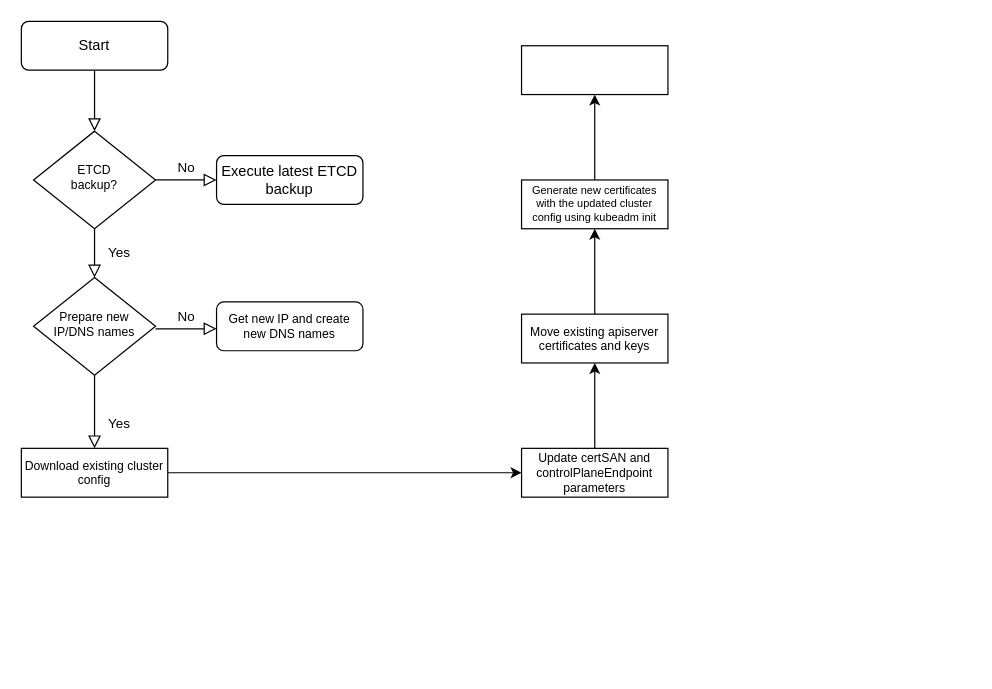
The draw.io diagram Untitled Diagram.drawio in jacmathew/jacmathew, before the edit. Source tidied: cells renumbered, new cells numbered last; positions are measured from the earlier drawing's top-left corner, leaving out a move shared by most shapes. Both pictures are drawn from the tidied source at 122%, with x=0, y=0 at pixel (21, 21).
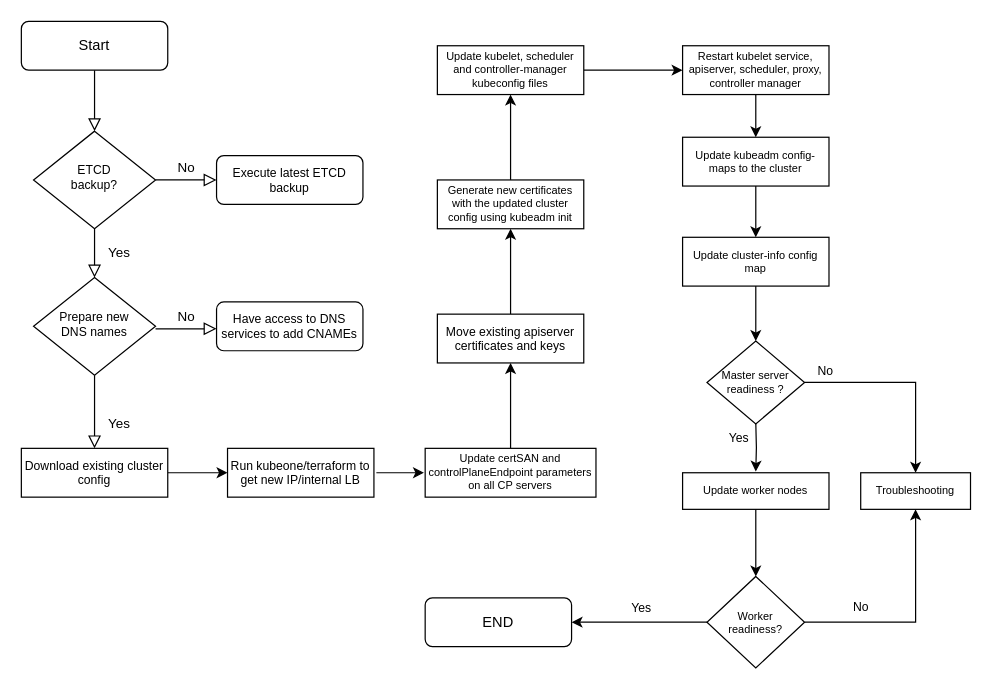
The same page after the edit.

Unchanged cells that the change refers to:
```xml
<mxCell id="13" value="Download existing cluster config" style="rounded=0;whiteSpace=wrap;html=1;fontSize=10;" parent="1" vertex="1">
  <mxGeometry y="350" width="120" height="40" as="geometry" />
</mxCell>
```

The edit, as a diff of the source:
```diff
@@
-    <mxCell id="7" value="Execute latest ETCD backup" style="rounded=1;whiteSpace=wrap;html=1;fontSize=12;glass=0;strokeWidth=1;shadow=0;" parent="1" vertex="1">
+    <mxCell id="7" value="Execute latest ETCD backup" style="rounded=1;whiteSpace=wrap;html=1;fontSize=10;glass=0;strokeWidth=1;shadow=0;" parent="1" vertex="1">
       <mxGeometry x="160" y="110" width="120" height="40" as="geometry" />
     </mxCell>
@@
-    <mxCell id="10" value="Prepare new IP/DNS names" style="rhombus;whiteSpace=wrap;html=1;shadow=0;fontFamily=Helvetica;fontSize=10;align=center;strokeWidth=1;spacing=6;spacingTop=-4;" parent="1" vertex="1">
+    <mxCell id="10" value="Prepare new&lt;br&gt;DNS names" style="rhombus;whiteSpace=wrap;html=1;shadow=0;fontFamily=Helvetica;fontSize=10;align=center;strokeWidth=1;spacing=6;spacingTop=-4;" parent="1" vertex="1">
       <mxGeometry x="10" y="210" width="100" height="80" as="geometry" />
     </mxCell>
-    <mxCell id="11" value="Get new IP and create new DNS names" style="rounded=1;whiteSpace=wrap;html=1;fontSize=10;glass=0;strokeWidth=1;shadow=0;" parent="1" vertex="1">
+    <mxCell id="11" value="Have access to DNS services to add CNAMEs" style="rounded=1;whiteSpace=wrap;html=1;fontSize=10;glass=0;strokeWidth=1;shadow=0;" parent="1" vertex="1">
       <mxGeometry x="160" y="230" width="120" height="40" as="geometry" />
     </mxCell>
-    <mxCell id="12" style="edgeStyle=orthogonalEdgeStyle;rounded=0;jettySize=auto;html=1;fontSize=10;" parent="1" edge="1" source="13" target="15">
-      <mxGeometry relative="1" as="geometry" />
-    </mxCell>
+    <mxCell id="21" style="edgeStyle=orthogonalEdgeStyle;rounded=0;jettySize=auto;html=1;fontSize=9;" parent="1" edge="1" source="13" target="24">
+      <mxGeometry relative="1" as="geometry" />
+    </mxCell>
@@
-    <mxCell id="15" value="Update certSAN and controlPlaneEndpoint parameters" style="rounded=0;whiteSpace=wrap;html=1;fontSize=10;" parent="1" vertex="1">
-      <mxGeometry x="410" y="350" width="120" height="40" as="geometry" />
+    <mxCell id="15" value="Update certSAN and controlPlaneEndpoint parameters on all CP servers" style="rounded=0;whiteSpace=wrap;html=1;fontSize=9;" parent="1" vertex="1">
+      <mxGeometry x="331" y="350" width="140" height="40" as="geometry" />
     </mxCell>
@@
     <mxCell id="17" value="Move existing apiserver certificates and keys" style="whiteSpace=wrap;html=1;rounded=0;fontSize=10;" parent="1" vertex="1">
-      <mxGeometry x="410" y="240" width="120" height="40" as="geometry" />
+      <mxGeometry x="341" y="240" width="120" height="40" as="geometry" />
     </mxCell>
@@
     <mxCell id="19" value="Generate new certificates with the updated cluster config using kubeadm init" style="whiteSpace=wrap;html=1;rounded=0;fontSize=9;" parent="1" vertex="1">
-      <mxGeometry x="410" y="130" width="120" height="40" as="geometry" />
+      <mxGeometry x="341" y="130" width="120" height="40" as="geometry" />
     </mxCell>
+    <mxCell id="22" style="edgeStyle=orthogonalEdgeStyle;rounded=0;jettySize=auto;html=1;fontSize=10;" parent="1" edge="1" source="20" target="26">
+      <mxGeometry relative="1" as="geometry" />
+    </mxCell>
-    <mxCell id="20" style="whiteSpace=wrap;html=1;rounded=0;fontSize=9;" parent="1" vertex="1">
-      <mxGeometry x="410" y="20" width="120" height="40" as="geometry" />
+    <mxCell id="20" value="&lt;div&gt;Update kubelet, scheduler and controller-manager kubeconfig files&lt;/div&gt;" style="whiteSpace=wrap;html=1;rounded=0;fontSize=9;" parent="1" vertex="1">
+      <mxGeometry x="341" y="20" width="120" height="40" as="geometry" />
     </mxCell>
+    <mxCell id="23" style="edgeStyle=orthogonalEdgeStyle;rounded=0;orthogonalLoop=1;jettySize=auto;html=1;exitX=1;exitY=0.5;exitDx=0;exitDy=0;fontSize=9;" parent="1" edge="1">
+      <mxGeometry relative="1" as="geometry">
+        <mxPoint x="291" y="370" as="sourcePoint" />
+        <mxPoint x="330" y="370" as="targetPoint" />
+      </mxGeometry>
+    </mxCell>
+    <mxCell id="24" value="Run kubeone/terraform to get new IP/internal LB" style="whiteSpace=wrap;html=1;rounded=0;fontSize=10;" parent="1" vertex="1">
+      <mxGeometry x="169" y="350" width="120" height="40" as="geometry" />
+    </mxCell>
+    <mxCell id="25" style="edgeStyle=orthogonalEdgeStyle;rounded=0;jettySize=auto;html=1;fontSize=10;" parent="1" edge="1" source="26" target="28">
+      <mxGeometry relative="1" as="geometry" />
+    </mxCell>
+    <mxCell id="26" value="Restart kubelet service, apiserver, scheduler, proxy, controller manager" style="whiteSpace=wrap;html=1;rounded=0;fontSize=9;" parent="1" vertex="1">
+      <mxGeometry x="542" y="20" width="120" height="40" as="geometry" />
+    </mxCell>
+    <mxCell id="27" style="edgeStyle=orthogonalEdgeStyle;rounded=0;jettySize=auto;html=1;fontSize=10;" parent="1" edge="1" source="28" target="30">
+      <mxGeometry relative="1" as="geometry" />
+    </mxCell>
+    <mxCell id="28" value="Update kubeadm config-maps to the cluster" style="whiteSpace=wrap;html=1;rounded=0;fontSize=9;" parent="1" vertex="1">
+      <mxGeometry x="542" y="95" width="120" height="40" as="geometry" />
+    </mxCell>
+    <mxCell id="29" style="edgeStyle=orthogonalEdgeStyle;rounded=0;jettySize=auto;html=1;fontSize=10;" parent="1" edge="1" source="30" target="34">
+      <mxGeometry relative="1" as="geometry" />
+    </mxCell>
+    <mxCell id="30" value="Update cluster-info config map" style="whiteSpace=wrap;html=1;rounded=0;fontSize=9;" parent="1" vertex="1">
+      <mxGeometry x="542" y="177" width="120" height="40" as="geometry" />
+    </mxCell>
+    <mxCell id="31" value="Yes" style="edgeStyle=orthogonalEdgeStyle;rounded=0;orthogonalLoop=1;jettySize=auto;html=1;fontSize=10;" parent="1" edge="1">
+      <mxGeometry x="-0.45" y="-14" relative="1" as="geometry">
+        <mxPoint x="602" y="329" as="sourcePoint" />
+        <mxPoint x="602" y="369" as="targetPoint" />
+      </mxGeometry>
+    </mxCell>
+    <mxCell id="32" style="edgeStyle=orthogonalEdgeStyle;rounded=0;jettySize=auto;html=1;fontSize=10;" parent="1" edge="1" source="34" target="40">
+      <mxGeometry relative="1" as="geometry" />
+    </mxCell>
+    <mxCell id="33" value="No" style="edgeLabel;html=1;align=center;verticalAlign=middle;fontSize=10;" parent="32" vertex="1">
+      <mxGeometry x="-0.65" y="-2" relative="1" as="geometry">
+        <mxPoint x="-13" y="-13" as="offset" />
+      </mxGeometry>
+    </mxCell>
+    <mxCell id="34" value="Master server readiness ?" style="rhombus;whiteSpace=wrap;html=1;rounded=0;fontSize=9;" parent="1" vertex="1">
+      <mxGeometry x="562" y="262" width="80" height="68" as="geometry" />
+    </mxCell>
+    <mxCell id="35" style="edgeStyle=orthogonalEdgeStyle;rounded=0;jettySize=auto;html=1;fontSize=10;" parent="1" edge="1" source="36" target="39">
+      <mxGeometry relative="1" as="geometry" />
+    </mxCell>
+    <mxCell id="36" value="Update worker nodes" style="whiteSpace=wrap;html=1;rounded=0;fontSize=9;" parent="1" vertex="1">
+      <mxGeometry x="542" y="370" width="120" height="30" as="geometry" />
+    </mxCell>
+    <mxCell id="37" value="No" style="edgeStyle=orthogonalEdgeStyle;rounded=0;jettySize=auto;html=1;entryX=0.5;entryY=1;entryDx=0;entryDy=0;fontSize=10;" parent="1" edge="1" source="39" target="40">
+      <mxGeometry x="-0.5" y="13" relative="1" as="geometry" />
+    </mxCell>
+    <mxCell id="38" value="Yes" style="edgeStyle=orthogonalEdgeStyle;rounded=0;orthogonalLoop=1;jettySize=auto;html=1;entryX=1;entryY=0.5;entryDx=0;entryDy=0;fontSize=10;" parent="1" edge="1">
+      <mxGeometry x="-0.03" y="-12" relative="1" as="geometry">
+        <mxPoint x="562" y="492.5" as="sourcePoint" />
+        <mxPoint x="451" y="492.5" as="targetPoint" />
+      </mxGeometry>
+    </mxCell>
+    <mxCell id="39" value="Worker&lt;br&gt;readiness?" style="rhombus;whiteSpace=wrap;html=1;rounded=0;fontSize=9;" parent="1" vertex="1">
+      <mxGeometry x="562" y="455" width="80" height="75" as="geometry" />
+    </mxCell>
+    <mxCell id="40" value="Troubleshooting" style="whiteSpace=wrap;html=1;rounded=0;fontSize=9;" parent="1" vertex="1">
+      <mxGeometry x="688" y="370" width="90" height="30" as="geometry" />
+    </mxCell>
+    <mxCell id="41" value="END" style="rounded=1;whiteSpace=wrap;html=1;fontSize=12;glass=0;strokeWidth=1;shadow=0;" parent="1" vertex="1">
+      <mxGeometry x="331" y="472.5" width="120" height="40" as="geometry" />
+    </mxCell>
```
